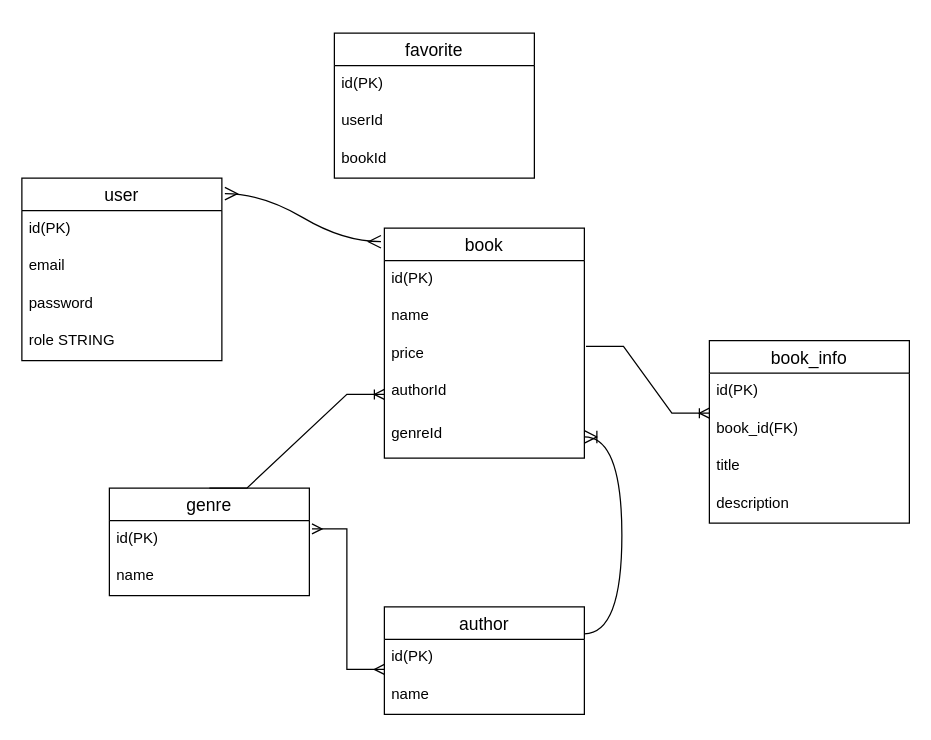
This is online-store/server/diagrammaBD.drawio from annamitrofanovaa/online-store, a draw.io file, before an edit. Source tidied: cells renumbered, new cells numbered last; positions are measured from the earlier drawing's top-left corner, leaving out a move shared by most shapes. Both pictures are drawn from the tidied source at 125%, with x=0, y=0 at pixel (21, 32).
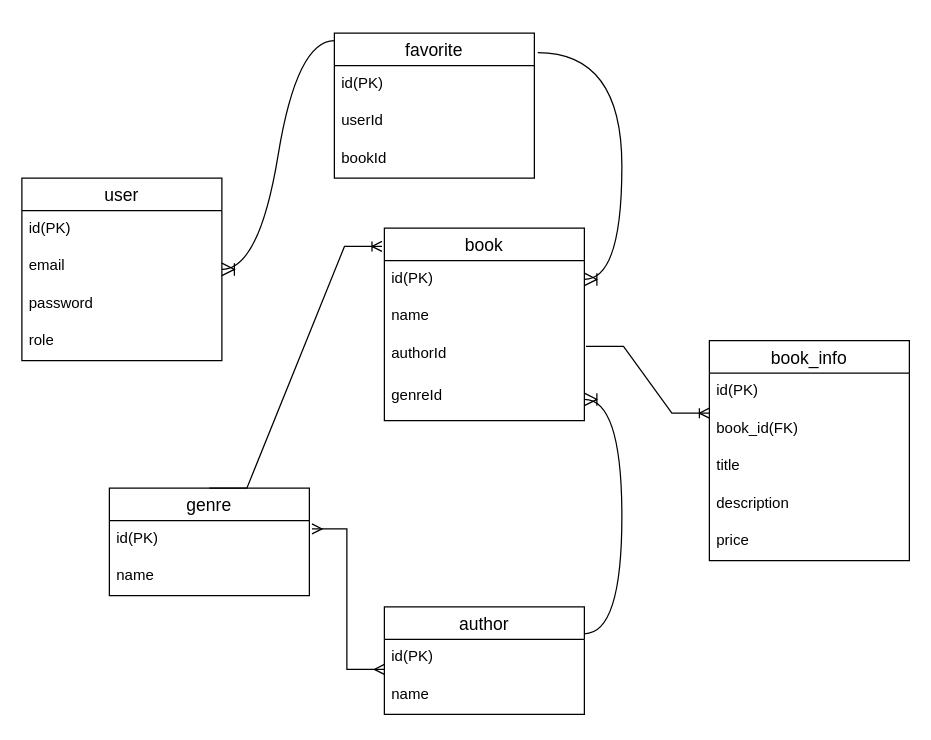
The same page after the edit.

Unchanged cells that the change refers to:
```xml
<mxCell id="2" value="user" style="swimlane;fontStyle=0;horizontal=1;startSize=26;align=center;fontSize=14;" parent="1" vertex="1">
  <mxGeometry y="116" width="160" height="146" as="geometry" />
</mxCell>
<mxCell id="8" value="id(PK)" style="text;strokeColor=none;fillColor=none;spacingLeft=4;spacingRight=4;overflow=hidden;points=[[0,0.5],[1,0.5]];portConstraint=eastwest;fontSize=12;whiteSpace=wrap;html=1;" parent="7" vertex="1">
  <mxGeometry y="26" width="160" height="30" as="geometry" />
</mxCell>
<mxCell id="13" value="genre" style="swimlane;fontStyle=0;horizontal=1;startSize=26;align=center;fontSize=14;" parent="1" vertex="1">
  <mxGeometry x="70" y="364" width="160" height="86" as="geometry" />
</mxCell>
<mxCell id="23" value="book_id(FK)" style="text;strokeColor=none;fillColor=none;spacingLeft=4;spacingRight=4;overflow=hidden;points=[[0,0.5],[1,0.5]];portConstraint=eastwest;fontSize=12;whiteSpace=wrap;html=1;" parent="21" vertex="1">
  <mxGeometry y="56" width="160" height="30" as="geometry" />
</mxCell>
<mxCell id="28" value="favorite" style="swimlane;fontStyle=0;horizontal=1;startSize=26;align=center;fontSize=14;" parent="1" vertex="1">
  <mxGeometry x="250" width="160" height="116" as="geometry" />
</mxCell>
```

Diff of the diagram source:
```diff
@@
-    <mxCell id="6" value="role STRING" style="text;strokeColor=none;fillColor=none;spacingLeft=4;spacingRight=4;overflow=hidden;fontSize=12;whiteSpace=wrap;html=1;" parent="2" vertex="1">
+    <mxCell id="6" value="role" style="text;strokeColor=none;fillColor=none;spacingLeft=4;spacingRight=4;overflow=hidden;fontSize=12;whiteSpace=wrap;html=1;" parent="2" vertex="1">
       <mxGeometry y="116" width="160" height="30" as="geometry" />
     </mxCell>
     <mxCell id="7" value="book" style="swimlane;fontStyle=0;horizontal=1;startSize=26;align=center;fontSize=14;" parent="1" vertex="1">
-      <mxGeometry x="290" y="156" width="160" height="184" as="geometry" />
+      <mxGeometry x="290" y="156" width="160" height="154" as="geometry" />
     </mxCell>
@@
-    <mxCell id="10" value="price" style="text;strokeColor=none;fillColor=none;spacingLeft=4;spacingRight=4;overflow=hidden;points=[[0,0.5],[1,0.5]];portConstraint=eastwest;fontSize=12;whiteSpace=wrap;html=1;" parent="7" vertex="1">
-      <mxGeometry y="86" width="160" height="30" as="geometry" />
-    </mxCell>
     <mxCell id="11" value="authorId" style="text;strokeColor=none;fillColor=none;spacingLeft=4;spacingRight=4;overflow=hidden;points=[[0,0.5],[1,0.5]];portConstraint=eastwest;fontSize=12;whiteSpace=wrap;html=1;" parent="7" vertex="1">
-      <mxGeometry y="116" width="160" height="34" as="geometry" />
+      <mxGeometry y="86" width="160" height="34" as="geometry" />
     </mxCell>
     <mxCell id="12" value="genreId" style="text;strokeColor=none;fillColor=none;spacingLeft=4;spacingRight=4;overflow=hidden;points=[[0,0.5],[1,0.5]];portConstraint=eastwest;fontSize=12;whiteSpace=wrap;html=1;" parent="7" vertex="1">
-      <mxGeometry y="150" width="160" height="34" as="geometry" />
+      <mxGeometry y="120" width="160" height="34" as="geometry" />
     </mxCell>
@@
-    <mxCell id="19" style="edgeStyle=entityRelationEdgeStyle;fontSize=12;html=1;endArrow=ERoneToMany;rounded=0;exitX=0.5;exitY=0;exitDx=0;exitDy=0;entryX=0;entryY=0.5;entryDx=0;entryDy=0;" parent="1" edge="1" source="13" target="11">
+    <mxCell id="19" style="edgeStyle=entityRelationEdgeStyle;fontSize=12;html=1;endArrow=ERoneToMany;rounded=0;exitX=0.5;exitY=0;exitDx=0;exitDy=0;entryX=-0.012;entryY=0.095;entryDx=0;entryDy=0;entryPerimeter=0;" parent="1" edge="1" source="13" target="7">
       <mxGeometry relative="1" as="geometry" />
     </mxCell>
@@
     <mxCell id="21" value="book_info" style="swimlane;fontStyle=0;horizontal=1;startSize=26;align=center;fontSize=14;" parent="1" vertex="1">
-      <mxGeometry x="550" y="246" width="160" height="146" as="geometry" />
+      <mxGeometry x="550" y="246" width="160" height="176" as="geometry" />
     </mxCell>
@@
+    <mxCell id="10" value="price" style="text;strokeColor=none;fillColor=none;spacingLeft=4;spacingRight=4;overflow=hidden;points=[[0,0.5],[1,0.5]];portConstraint=eastwest;fontSize=12;whiteSpace=wrap;html=1;" parent="21" vertex="1">
+      <mxGeometry y="146" width="160" height="30" as="geometry" />
+    </mxCell>
-    <mxCell id="26" style="edgeStyle=entityRelationEdgeStyle;fontSize=12;html=1;endArrow=ERoneToMany;rounded=0;entryX=0;entryY=0.067;entryDx=0;entryDy=0;entryPerimeter=0;exitX=1.008;exitY=0.287;exitDx=0;exitDy=0;exitPerimeter=0;" parent="1" edge="1" source="10" target="23">
-      <mxGeometry relative="1" as="geometry" />
+    <mxCell id="26" style="edgeStyle=entityRelationEdgeStyle;fontSize=12;html=1;endArrow=ERoneToMany;rounded=0;entryX=0;entryY=0.067;entryDx=0;entryDy=0;entryPerimeter=0;exitX=1.008;exitY=0.287;exitDx=0;exitDy=0;exitPerimeter=0;" parent="1" edge="1" target="23">
+      <mxGeometry relative="1" as="geometry">
+        <mxPoint x="451.3" y="250.6" as="sourcePoint" />
+      </mxGeometry>
     </mxCell>
@@
-    <mxCell id="32" style="edgeStyle=entityRelationEdgeStyle;fontSize=12;html=1;endArrow=ERmany;startArrow=ERmany;rounded=0;startSize=8;endSize=8;curved=1;exitX=1.015;exitY=0.085;exitDx=0;exitDy=0;exitPerimeter=0;entryX=-0.017;entryY=0.059;entryDx=0;entryDy=0;entryPerimeter=0;" parent="1" edge="1" source="2" target="7">
-      <mxGeometry relative="1" as="geometry" />
-    </mxCell>
@@
+    <mxCell id="34" style="edgeStyle=entityRelationEdgeStyle;fontSize=12;html=1;endArrow=ERoneToMany;rounded=0;startSize=8;endSize=8;curved=1;exitX=0;exitY=0.052;exitDx=0;exitDy=0;exitPerimeter=0;" parent="1" edge="1" source="28" target="2">
+      <mxGeometry relative="1" as="geometry">
+        <Array as="points">
+          <mxPoint x="210" y="96" />
+          <mxPoint x="220" y="86" />
+          <mxPoint x="170" y="96" />
+        </Array>
+      </mxGeometry>
+    </mxCell>
+    <mxCell id="35" style="edgeStyle=entityRelationEdgeStyle;fontSize=12;html=1;endArrow=ERoneToMany;rounded=0;startSize=8;endSize=8;curved=1;exitX=1.017;exitY=0.134;exitDx=0;exitDy=0;exitPerimeter=0;" parent="1" edge="1" source="28" target="8">
+      <mxGeometry relative="1" as="geometry" />
+    </mxCell>
```
